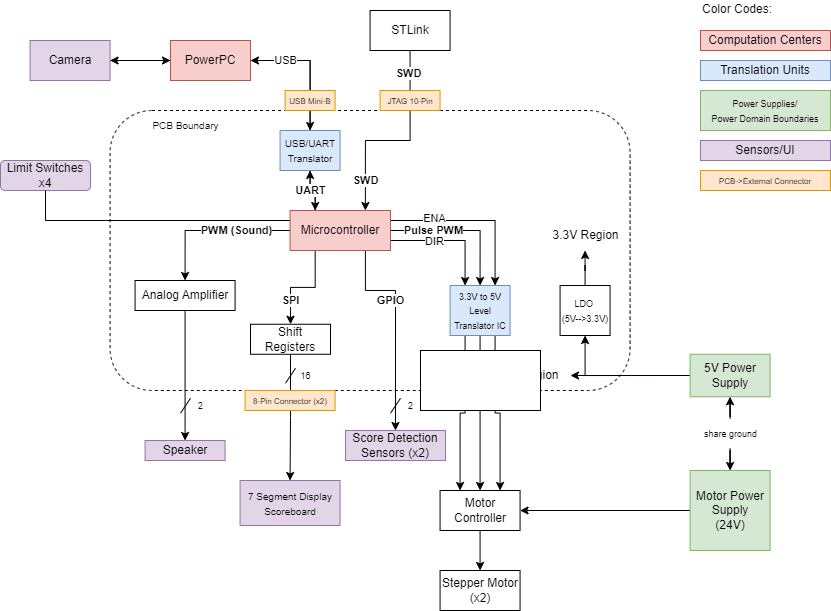
This is Hardware/477 Electrical Overview.drawio.png from CameronMccutcheon02/ECE477, a draw.io export, as it was before one commit. Source tidied: cells renumbered, new cells last; positions are measured from the earlier drawing's top-left corner, leaving out a move shared by most shapes.
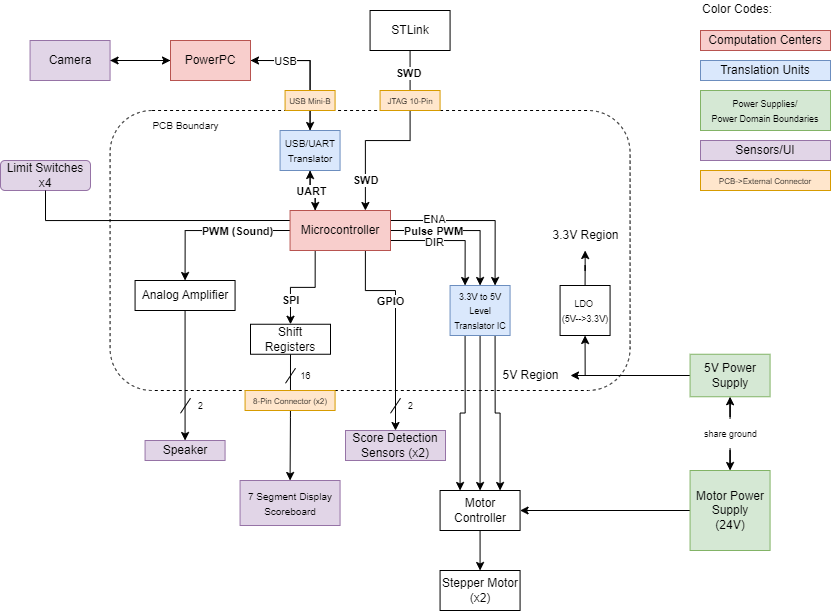
Later version of the same file.

Diff of the diagram source:
```diff
@@ -268,8 +268,5 @@
     <mxCell id="78" value="&lt;font style=&quot;font-size: 9px;&quot;&gt;16&lt;br&gt;&lt;/font&gt;" style="text;html=1;align=center;verticalAlign=middle;strokeColor=none;fillColor=none;" parent="76" vertex="1">
       <mxGeometry x="4.5" width="30" height="30" as="geometry" />
     </mxCell>
-    <mxCell id="79" style="rounded=0;whiteSpace=wrap;html=1;" parent="1" vertex="1">
-      <mxGeometry x="420" y="350" width="120" height="60" as="geometry" />
-    </mxCell>
   </root>
 </mxGraphModel>
```
